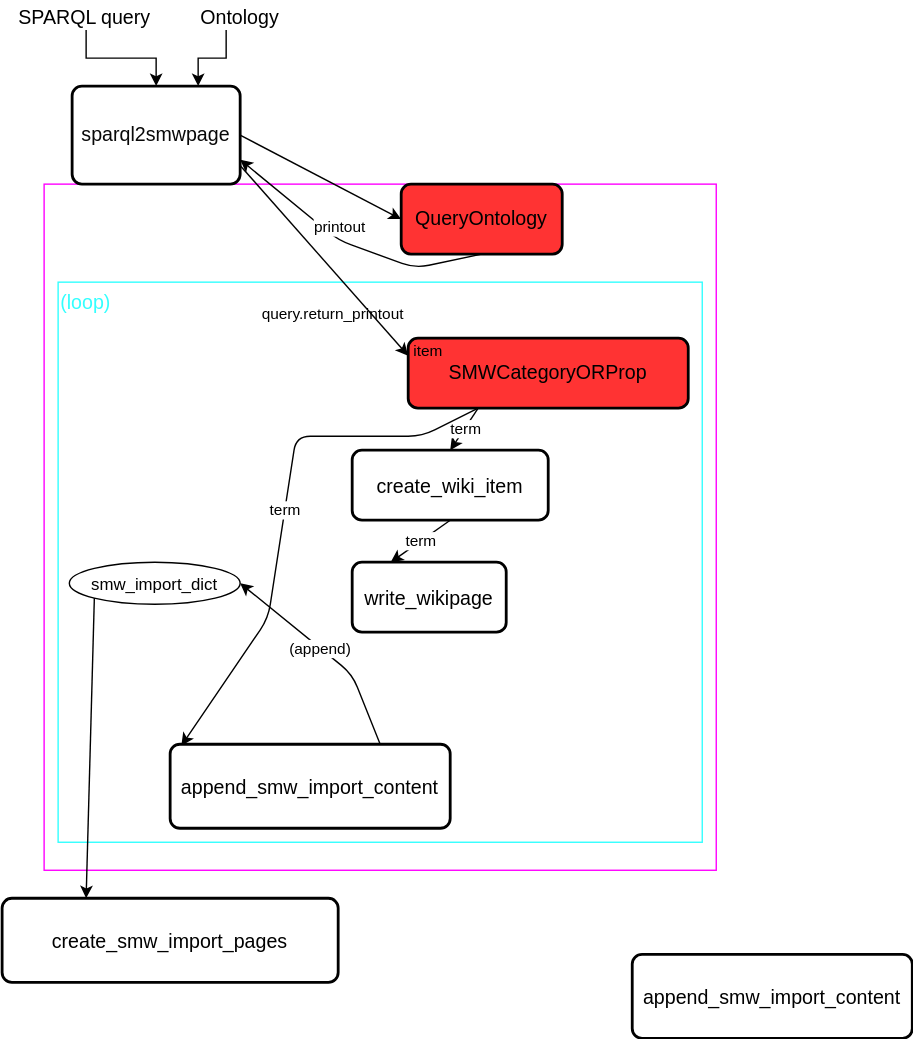
Before: docs/flow_diagram.svg, a diagram exported from draw.io (andrecastro0o/ontology2smw). Source tidied: cells renumbered, new cells last; positions are measured from the earlier drawing's top-left corner, leaving out a move shared by most shapes.
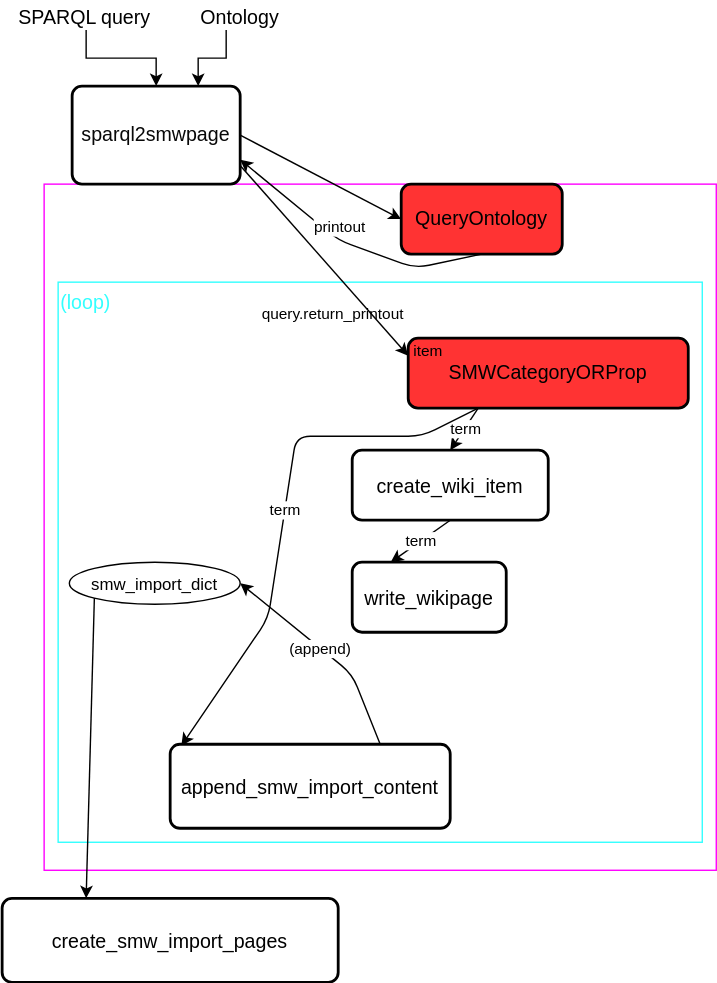
Above is the later version.

The edit, as a diff of the source:
```diff
@@ -88,9 +88,6 @@
     <mxCell id="24" value="term" style="edgeLabel;html=1;align=center;verticalAlign=middle;" parent="23" vertex="1">
       <mxGeometry relative="1" as="geometry" />
     </mxCell>
-    <mxCell id="25" value="&lt;font style=&quot;font-size: 14px&quot;&gt;append_smw_import_content&lt;/font&gt;" style="rounded=1;whiteSpace=wrap;html=1;absoluteArcSize=1;arcSize=14;strokeWidth=2;fillColor=#ffffff;fontSize=18;" parent="1" vertex="1">
-      <mxGeometry x="450" y="680" width="200" height="60" as="geometry" />
-    </mxCell>
     <mxCell id="26" value="&lt;font style=&quot;font-size: 14px&quot;&gt;append_smw_import_content&lt;/font&gt;" style="rounded=1;whiteSpace=wrap;html=1;absoluteArcSize=1;arcSize=14;strokeWidth=2;fillColor=#ffffff;fontSize=18;" parent="1" vertex="1">
       <mxGeometry x="120" y="530" width="200" height="60" as="geometry" />
     </mxCell>
```
